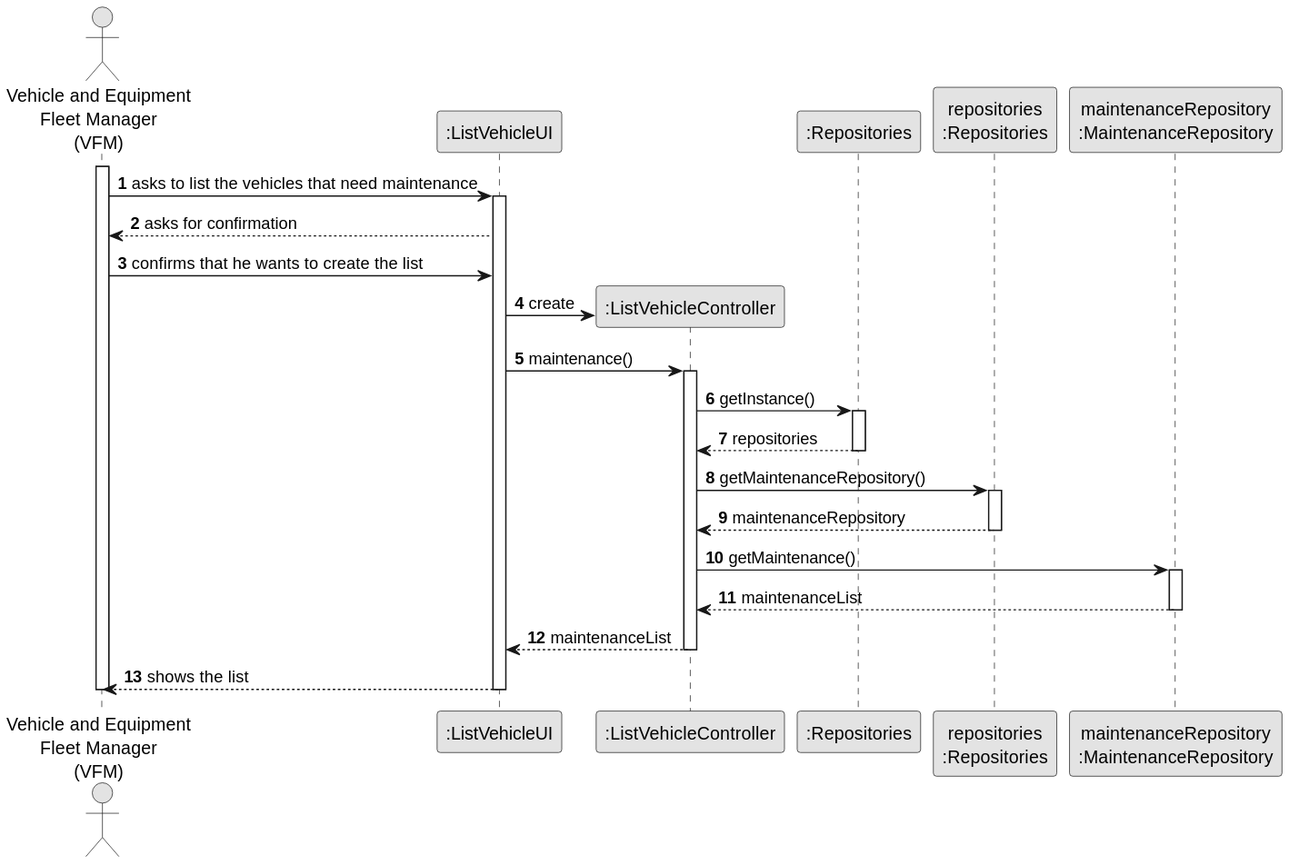
Above: docs/sprintB/us008/03.design/svg/us008-sequence-diagram-full.svg in diogoveirospro/lei-24-s2-1dg-g072 (PlantUML), before the change.
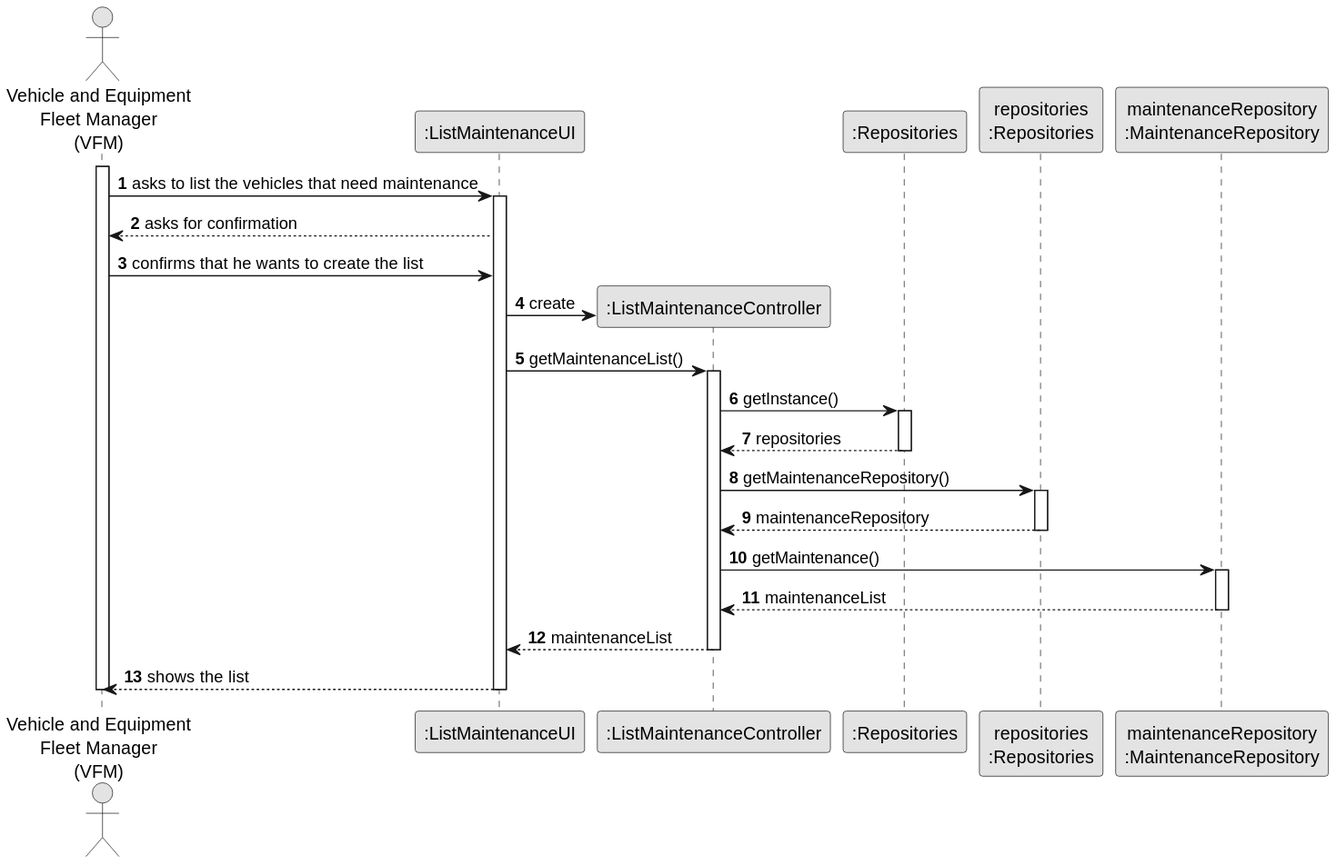
After the commit.

Commit message:
Changed US08 class diagram

The edit, as a diff of the source:
```diff
@@ -6,8 +6,8 @@
 autonumber
 
 actor "Vehicle and Equipment\nFleet Manager\n(VFM)" as VFM
-participant ":ListVehicleUI" as UI
-participant ":ListVehicleController" as CTRL
+participant ":ListMaintenanceUI" as UI
+participant ":ListMaintenanceController" as CTRL
 participant ":Repositories" as RepositorySingleton
 participant "repositories\n:Repositories" as REP
 participant "maintenanceRepository\n:MaintenanceRepository" as maintenanceRepository
@@ -23,7 +23,7 @@
 
             VFM -> UI : confirms that he wants to create the list
             UI -> CTRL** : create
-            UI -> CTRL : maintenance()
+            UI -> CTRL : getMaintenanceList()
             activate CTRL
 
                 CTRL -> RepositorySingleton : getInstance()
```
